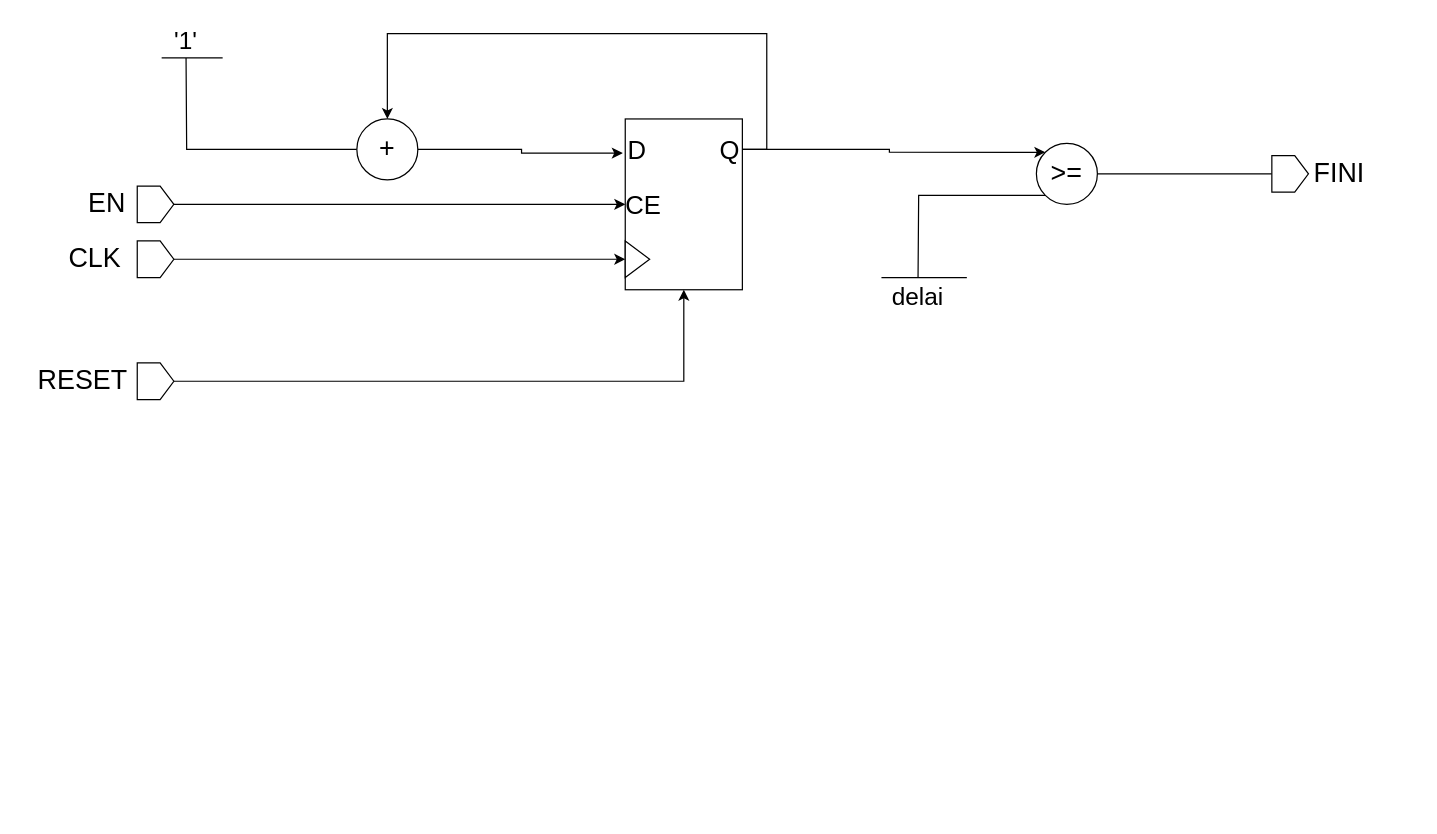
The draw.io diagram Diagramme sans nom.drawio in JamesFullum/ELE739, before the edit. Source tidied: cells renumbered, new cells numbered last; positions are measured from the earlier drawing's top-left corner, leaving out a move shared by most shapes. Both pictures are drawn from the tidied source at 122%, with x=0, y=0 at pixel (21, 21).
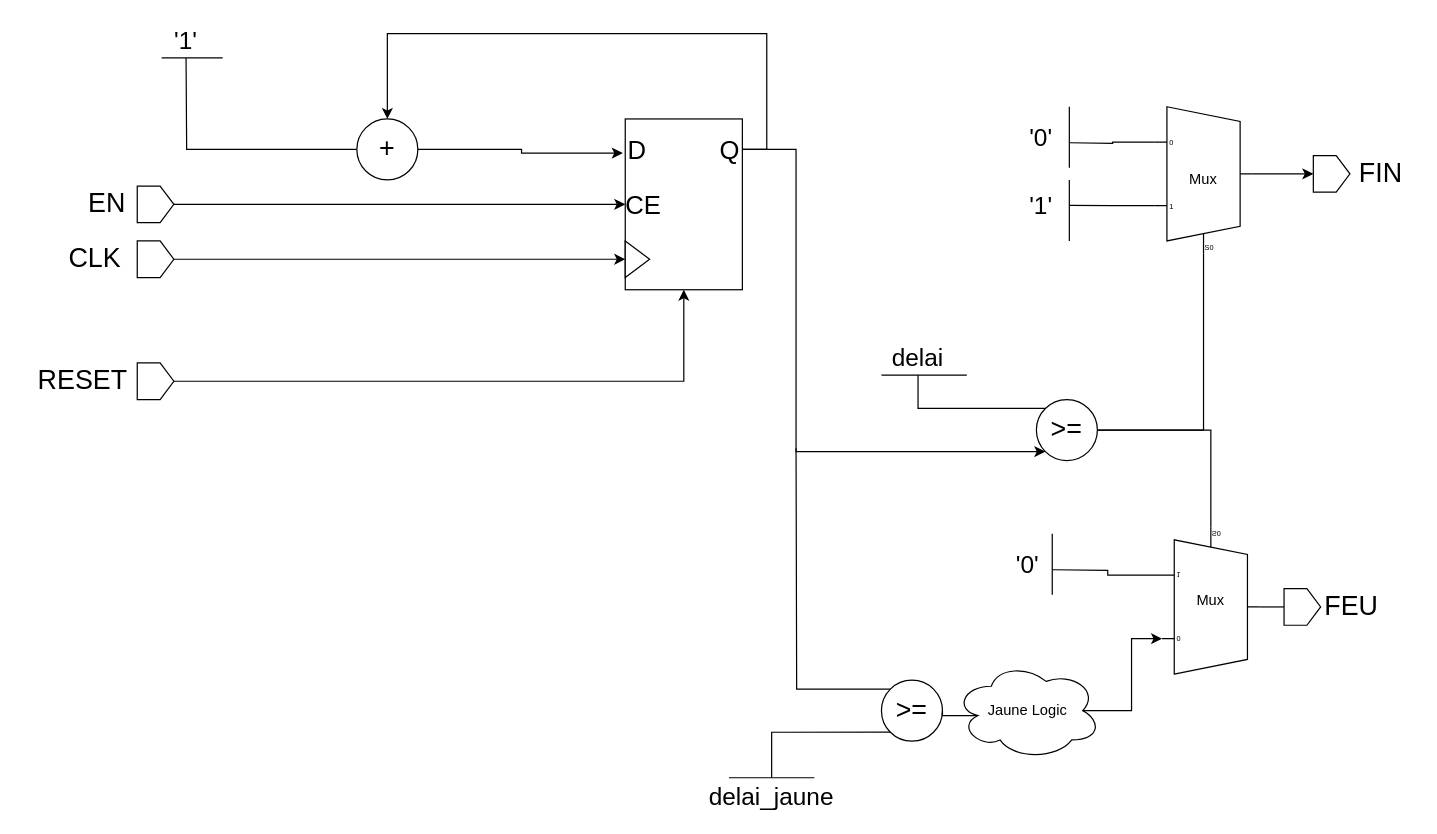
The same page after the edit.

The change refers to these unchanged cells:
```xml
<mxCell id="8" value="&lt;font style=&quot;font-size: 21px;&quot;&gt;Q&lt;/font&gt;" style="text;html=1;strokeColor=none;fillColor=none;align=center;verticalAlign=middle;whiteSpace=wrap;rounded=0;" parent="3" vertex="1">
  <mxGeometry x="96" y="10" width="20" height="30" as="geometry" />
</mxCell>
```

What changed in the source:
```diff
@@
-    <mxCell id="23" style="edgeStyle=orthogonalEdgeStyle;rounded=0;jettySize=auto;html=1;exitX=0;exitY=1;exitDx=0;exitDy=0;endArrow=none;endFill=0;" parent="1" edge="1" source="25">
-      <mxGeometry relative="1" as="geometry">
-        <mxPoint x="735" y="210" as="targetPoint" />
-      </mxGeometry>
-    </mxCell>
-    <mxCell id="24" style="edgeStyle=orthogonalEdgeStyle;rounded=0;jettySize=auto;html=1;exitX=1;exitY=0.5;exitDx=0;exitDy=0;endArrow=none;endFill=0;" parent="1" edge="1" source="25">
-      <mxGeometry relative="1" as="geometry">
-        <mxPoint x="1025" y="125" as="targetPoint" />
-      </mxGeometry>
-    </mxCell>
+    <mxCell id="32" style="edgeStyle=orthogonalEdgeStyle;rounded=0;jettySize=auto;html=1;exitX=0;exitY=1;exitDx=0;exitDy=0;entryX=0.5;entryY=0;entryDx=0;entryDy=0;endArrow=none;endFill=0;" parent="1" edge="1" source="25" target="55">
+      <mxGeometry relative="1" as="geometry" />
+    </mxCell>
+    <mxCell id="33" style="edgeStyle=orthogonalEdgeStyle;rounded=0;jettySize=auto;html=1;exitX=0;exitY=0;exitDx=0;exitDy=0;endArrow=none;endFill=0;" parent="1" edge="1" source="25">
+      <mxGeometry relative="1" as="geometry">
+        <mxPoint x="635" y="350" as="targetPoint" />
+      </mxGeometry>
+    </mxCell>
     <mxCell id="25" value="&lt;span style=&quot;font-size: 22px;&quot;&gt;&amp;gt;=&lt;/span&gt;" style="ellipse;whiteSpace=wrap;html=1;" parent="1" vertex="1">
-      <mxGeometry x="832" y="100" width="50" height="50" as="geometry" />
+      <mxGeometry x="705" y="540" width="50" height="50" as="geometry" />
     </mxCell>
-    <mxCell id="26" style="edgeStyle=orthogonalEdgeStyle;rounded=0;jettySize=auto;html=1;exitX=1;exitY=0.5;exitDx=0;exitDy=0;entryX=0;entryY=0;entryDx=0;entryDy=0;" parent="1" edge="1" source="8" target="25">
-      <mxGeometry relative="1" as="geometry" />
-    </mxCell>
@@
-    <mxCell id="28" value="&lt;span style=&quot;font-size: 20px;&quot;&gt;delai&lt;/span&gt;" style="text;html=1;strokeColor=none;fillColor=none;align=center;verticalAlign=middle;whiteSpace=wrap;rounded=0;" parent="1" vertex="1">
-      <mxGeometry x="705" y="210" width="60" height="30" as="geometry" />
-    </mxCell>
-    <mxCell id="29" style="endArrow=none;html=1;rounded=0;" parent="1" edge="1">
-      <mxGeometry relative="1" as="geometry">
-        <mxPoint x="705" y="210" as="sourcePoint" />
-        <mxPoint x="775" y="210" as="targetPoint" />
-      </mxGeometry>
-    </mxCell>
     <mxCell id="30" value="&lt;p style=&quot;line-height: 120%;&quot;&gt;&lt;br&gt;&lt;/p&gt;&lt;p style=&quot;line-height: 120%;&quot;&gt;&lt;br&gt;&lt;/p&gt;" style="shape=offPageConnector;whiteSpace=wrap;html=1;rotation=-90;" parent="1" vertex="1">
-      <mxGeometry x="1025" y="110" width="30" height="30" as="geometry" />
+      <mxGeometry x="1059" y="110" width="30" height="30" as="geometry" />
     </mxCell>
-    <mxCell id="31" value="&lt;font style=&quot;font-size: 22px;&quot;&gt;FINI&lt;/font&gt;" style="text;html=1;align=center;verticalAlign=middle;strokeColor=none;fillColor=none;" parent="1" vertex="1">
-      <mxGeometry x="1045" y="105" width="70" height="40" as="geometry" />
+    <mxCell id="31" value="&lt;font style=&quot;font-size: 22px;&quot;&gt;FIN&lt;/font&gt;" style="text;html=1;align=center;verticalAlign=middle;strokeColor=none;fillColor=none;" parent="1" vertex="1">
+      <mxGeometry x="1084" y="105" width="60" height="40" as="geometry" />
     </mxCell>
+    <mxCell id="34" value="&lt;p style=&quot;line-height: 120%;&quot;&gt;&lt;br&gt;&lt;/p&gt;&lt;p style=&quot;line-height: 120%;&quot;&gt;&lt;br&gt;&lt;/p&gt;" style="shape=offPageConnector;whiteSpace=wrap;html=1;rotation=-90;" parent="1" vertex="1">
+      <mxGeometry x="1035" y="465" width="30" height="30" as="geometry" />
+    </mxCell>
+    <mxCell id="35" value="&lt;font style=&quot;font-size: 22px;&quot;&gt;FEU&lt;/font&gt;" style="text;html=1;align=center;verticalAlign=middle;strokeColor=none;fillColor=none;" parent="1" vertex="1">
+      <mxGeometry x="1055" y="460" width="70" height="40" as="geometry" />
+    </mxCell>
+    <mxCell id="36" style="edgeStyle=orthogonalEdgeStyle;rounded=0;jettySize=auto;html=1;exitX=0;exitY=0;exitDx=0;exitDy=0;entryX=0.5;entryY=1;entryDx=0;entryDy=0;endArrow=none;endFill=0;" parent="1" edge="1" source="37" target="28">
+      <mxGeometry relative="1" as="geometry" />
+    </mxCell>
+    <mxCell id="37" value="&lt;span style=&quot;font-size: 22px;&quot;&gt;&amp;gt;=&lt;/span&gt;" style="ellipse;whiteSpace=wrap;html=1;" parent="1" vertex="1">
+      <mxGeometry x="832" y="310" width="50" height="50" as="geometry" />
+    </mxCell>
+    <mxCell id="38" style="endArrow=none;html=1;rounded=0;exitX=0;exitY=1;exitDx=0;exitDy=0;" parent="1" edge="1" source="28">
+      <mxGeometry relative="1" as="geometry">
+        <mxPoint x="775" y="290" as="targetPoint" />
+        <Array as="points">
+          <mxPoint x="735" y="290" />
+        </Array>
+      </mxGeometry>
+    </mxCell>
+    <mxCell id="28" value="&lt;span style=&quot;font-size: 20px;&quot;&gt;delai&lt;/span&gt;" style="text;html=1;strokeColor=none;fillColor=none;align=center;verticalAlign=middle;whiteSpace=wrap;rounded=0;" parent="1" vertex="1">
+      <mxGeometry x="705" y="260" width="60" height="30" as="geometry" />
+    </mxCell>
+    <mxCell id="39" style="edgeStyle=orthogonalEdgeStyle;rounded=0;jettySize=auto;html=1;exitX=1;exitY=0.5;exitDx=0;exitDy=0;entryX=0;entryY=1;entryDx=0;entryDy=0;" parent="1" edge="1" source="8" target="37">
+      <mxGeometry relative="1" as="geometry">
+        <Array as="points">
+          <mxPoint x="635" y="105" />
+          <mxPoint x="635" y="353" />
+        </Array>
+      </mxGeometry>
+    </mxCell>
+    <mxCell id="40" style="edgeStyle=orthogonalEdgeStyle;rounded=0;jettySize=auto;html=1;exitX=1;exitY=0.5;exitDx=0;exitDy=-5;exitPerimeter=0;entryX=0.5;entryY=0;entryDx=0;entryDy=0;" parent="1" edge="1" source="43" target="30">
+      <mxGeometry relative="1" as="geometry" />
+    </mxCell>
+    <mxCell id="41" style="edgeStyle=orthogonalEdgeStyle;rounded=0;jettySize=auto;html=1;exitX=0;exitY=0.21666666666666667;exitDx=0;exitDy=3;exitPerimeter=0;endArrow=none;endFill=0;" parent="1" edge="1" source="43">
+      <mxGeometry relative="1" as="geometry">
+        <mxPoint x="859" y="99.5" as="targetPoint" />
+      </mxGeometry>
+    </mxCell>
+    <mxCell id="42" style="edgeStyle=orthogonalEdgeStyle;rounded=0;jettySize=auto;html=1;exitX=0;exitY=0.65;exitDx=0;exitDy=3;exitPerimeter=0;endArrow=none;endFill=0;" parent="1" edge="1" source="43">
+      <mxGeometry relative="1" as="geometry">
+        <mxPoint x="859" y="150.8" as="targetPoint" />
+      </mxGeometry>
+    </mxCell>
+    <mxCell id="43" value="Mux" style="shadow=0;dashed=0;align=center;html=1;strokeWidth=1;shape=mxgraph.electrical.abstract.mux2;whiteSpace=wrap;" parent="1" vertex="1">
+      <mxGeometry x="929" y="70" width="80" height="120" as="geometry" />
+    </mxCell>
+    <mxCell id="44" style="edgeStyle=orthogonalEdgeStyle;rounded=0;jettySize=auto;html=1;exitX=1;exitY=0.5;exitDx=0;exitDy=0;entryX=0.375;entryY=1;entryDx=10;entryDy=0;entryPerimeter=0;endArrow=none;endFill=0;" parent="1" edge="1" source="37" target="43">
+      <mxGeometry relative="1" as="geometry" />
+    </mxCell>
+    <mxCell id="45" value="&lt;font style=&quot;font-size: 20px;&quot;&gt;'1'&lt;/font&gt;" style="text;html=1;strokeColor=none;fillColor=none;align=center;verticalAlign=middle;whiteSpace=wrap;rounded=0;" parent="1" vertex="1">
+      <mxGeometry x="806" y="135" width="60" height="30" as="geometry" />
+    </mxCell>
+    <mxCell id="46" style="endArrow=none;html=1;rounded=0;" parent="1" edge="1">
+      <mxGeometry relative="1" as="geometry">
+        <mxPoint x="859" y="130" as="sourcePoint" />
+        <mxPoint x="859" y="180" as="targetPoint" />
+      </mxGeometry>
+    </mxCell>
+    <mxCell id="47" style="endArrow=none;html=1;rounded=0;" parent="1" edge="1">
+      <mxGeometry relative="1" as="geometry">
+        <mxPoint x="859" y="70" as="sourcePoint" />
+        <mxPoint x="859" y="120" as="targetPoint" />
+      </mxGeometry>
+    </mxCell>
+    <mxCell id="48" value="&lt;font style=&quot;font-size: 20px;&quot;&gt;'0'&lt;/font&gt;" style="text;html=1;strokeColor=none;fillColor=none;align=center;verticalAlign=middle;whiteSpace=wrap;rounded=0;" parent="1" vertex="1">
+      <mxGeometry x="806" y="80" width="60" height="30" as="geometry" />
+    </mxCell>
+    <mxCell id="49" style="edgeStyle=orthogonalEdgeStyle;rounded=0;jettySize=auto;html=1;exitX=1;exitY=0.5;exitDx=0;exitDy=-5;exitPerimeter=0;entryX=0.5;entryY=0;entryDx=0;entryDy=0;endArrow=none;endFill=0;" parent="1" edge="1" source="52" target="34">
+      <mxGeometry relative="1" as="geometry" />
+    </mxCell>
+    <mxCell id="50" style="edgeStyle=orthogonalEdgeStyle;rounded=0;jettySize=auto;html=1;exitX=0;exitY=0.65;exitDx=0;exitDy=3;exitPerimeter=0;endArrow=none;endFill=0;" parent="1" edge="1" source="52">
+      <mxGeometry relative="1" as="geometry">
+        <mxPoint x="845" y="449.5" as="targetPoint" />
+      </mxGeometry>
+    </mxCell>
+    <mxCell id="51" style="edgeStyle=orthogonalEdgeStyle;rounded=0;jettySize=auto;html=1;exitX=0.375;exitY=1;exitDx=10;exitDy=0;exitPerimeter=0;entryX=1;entryY=0.5;entryDx=0;entryDy=0;endArrow=none;endFill=0;" parent="1" edge="1" source="52" target="37">
+      <mxGeometry relative="1" as="geometry" />
+    </mxCell>
+    <mxCell id="52" value="Mux" style="shadow=0;dashed=0;align=center;html=1;strokeWidth=1;shape=mxgraph.electrical.abstract.mux2;whiteSpace=wrap;gradientColor=none;flipH=0;flipV=1;" parent="1" vertex="1">
+      <mxGeometry x="935" y="415" width="80" height="120" as="geometry" />
+    </mxCell>
+    <mxCell id="53" style="endArrow=none;html=1;rounded=0;" parent="1" edge="1">
+      <mxGeometry relative="1" as="geometry">
+        <mxPoint x="845" y="420" as="sourcePoint" />
+        <mxPoint x="845" y="470" as="targetPoint" />
+      </mxGeometry>
+    </mxCell>
+    <mxCell id="54" value="&lt;font style=&quot;font-size: 20px;&quot;&gt;'0'&lt;/font&gt;" style="text;html=1;strokeColor=none;fillColor=none;align=center;verticalAlign=middle;whiteSpace=wrap;rounded=0;" parent="1" vertex="1">
+      <mxGeometry x="795" y="430" width="60" height="30" as="geometry" />
+    </mxCell>
+    <mxCell id="55" value="&lt;span style=&quot;font-size: 20px;&quot;&gt;delai_jaune&lt;/span&gt;" style="text;html=1;strokeColor=none;fillColor=none;align=center;verticalAlign=middle;whiteSpace=wrap;rounded=0;" parent="1" vertex="1">
+      <mxGeometry x="585" y="620" width="60" height="30" as="geometry" />
+    </mxCell>
+    <mxCell id="56" style="endArrow=none;html=1;rounded=0;exitX=0;exitY=1;exitDx=0;exitDy=0;" parent="1" edge="1">
+      <mxGeometry relative="1" as="geometry">
+        <mxPoint x="580" y="620" as="sourcePoint" />
+        <mxPoint x="650" y="620" as="targetPoint" />
+        <Array as="points">
+          <mxPoint x="610" y="620" />
+        </Array>
+      </mxGeometry>
+    </mxCell>
+    <mxCell id="57" style="edgeStyle=orthogonalEdgeStyle;rounded=0;jettySize=auto;html=1;exitX=0.16;exitY=0.55;exitDx=0;exitDy=0;exitPerimeter=0;entryX=1;entryY=0.5;entryDx=0;entryDy=0;endArrow=none;endFill=0;" parent="1" edge="1" source="58" target="25">
+      <mxGeometry relative="1" as="geometry" />
+    </mxCell>
+    <mxCell id="58" value="Jaune Logic" style="ellipse;shape=cloud;whiteSpace=wrap;html=1;" parent="1" vertex="1">
+      <mxGeometry x="765" y="525" width="120" height="80" as="geometry" />
+    </mxCell>
+    <mxCell id="59" style="edgeStyle=orthogonalEdgeStyle;rounded=0;jettySize=auto;html=1;exitX=0.875;exitY=0.5;exitDx=0;exitDy=0;exitPerimeter=0;entryX=0;entryY=0.21666666666666667;entryDx=0;entryDy=3;entryPerimeter=0;" parent="1" edge="1" source="58" target="52">
+      <mxGeometry relative="1" as="geometry" />
+    </mxCell>
```
